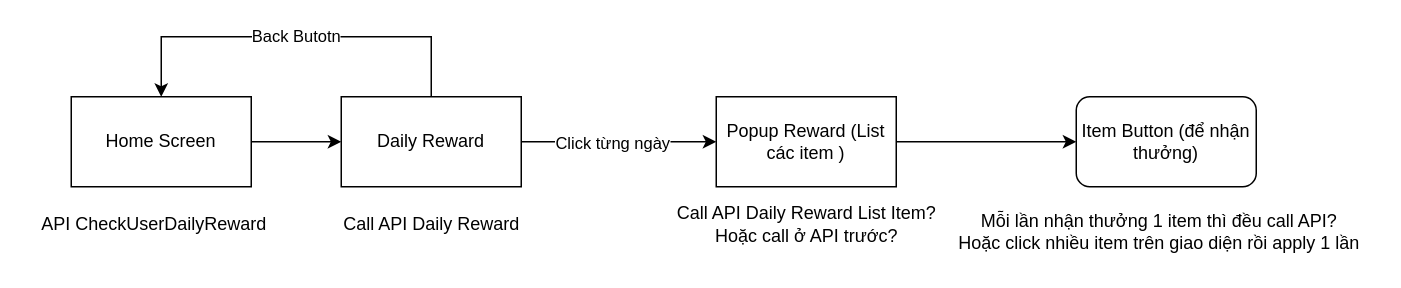
The draw.io diagram Daily Reward.drawio in NguyenAnhDuc/AIML, before the edit. Source tidied: cells renumbered, new cells numbered last; positions are measured from the earlier drawing's top-left corner, leaving out a move shared by most shapes. Both pictures are drawn from the tidied source at 150%, with x=0, y=0 at pixel (26, 36).
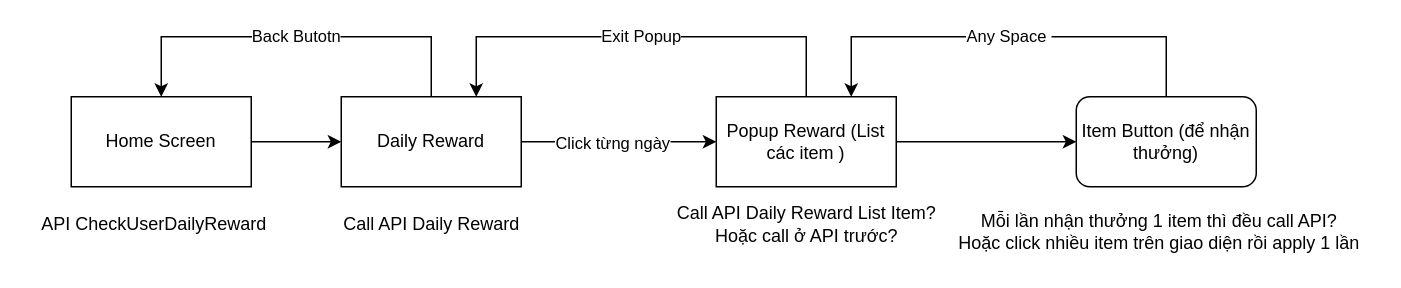
After the change.

Unchanged cells that the change refers to:
```xml
<mxCell id="7" value="Daily Reward" style="rounded=0;whiteSpace=wrap;html=1;" parent="1" vertex="1">
  <mxGeometry x="210" y="40" width="120" height="60" as="geometry" />
</mxCell>
<mxCell id="11" value="Popup Reward (List các item )" style="rounded=0;whiteSpace=wrap;html=1;" parent="1" vertex="1">
  <mxGeometry x="460" y="40" width="120" height="60" as="geometry" />
</mxCell>
<mxCell id="13" value="Item Button (để nhận thưởng)" style="rounded=1;whiteSpace=wrap;html=1;" parent="1" vertex="1">
  <mxGeometry x="700" y="40" width="120" height="60" as="geometry" />
</mxCell>
```

The edit, as a diff of the source:
```diff
@@
+    <mxCell id="15" value="Exit Popup" style="edgeStyle=orthogonalEdgeStyle;rounded=0;jettySize=auto;html=1;exitX=0.5;exitY=0;exitDx=0;exitDy=0;entryX=0.75;entryY=0;entryDx=0;entryDy=0;" parent="1" edge="1" source="11" target="7">
+      <mxGeometry relative="1" as="geometry">
+        <Array as="points">
+          <mxPoint x="520" />
+          <mxPoint x="300" />
+        </Array>
+      </mxGeometry>
+    </mxCell>
@@
+    <mxCell id="16" value="Any Space&amp;nbsp;" style="edgeStyle=orthogonalEdgeStyle;rounded=0;jettySize=auto;html=1;exitX=0.5;exitY=0;exitDx=0;exitDy=0;entryX=0.75;entryY=0;entryDx=0;entryDy=0;" parent="1" edge="1" source="13" target="11">
+      <mxGeometry relative="1" as="geometry">
+        <Array as="points">
+          <mxPoint x="760" />
+          <mxPoint x="550" />
+        </Array>
+      </mxGeometry>
+    </mxCell>
```
